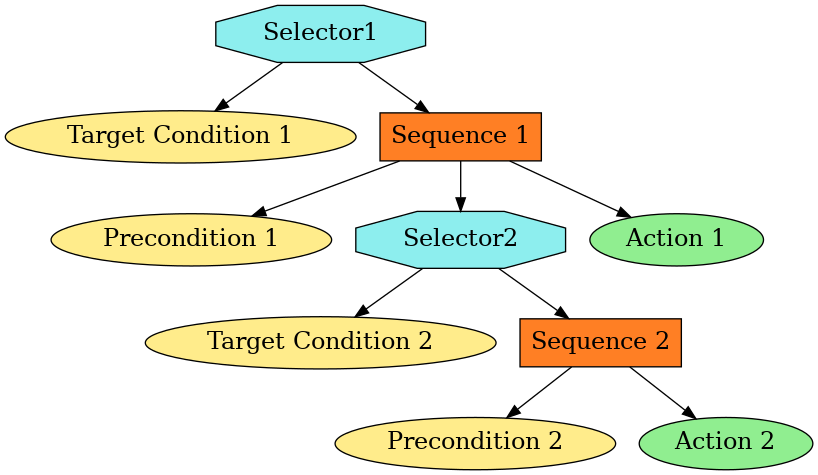
ProNeverFake/kios keeps this Graphviz diagram as selector1.png. Above is the earlier version. Its source is kept beside it as selector1.dot. The source it was exported from:
```dot
digraph pastafarianism {
ordering=out;
graph [fontname="times-roman"];
node [fontname="times-roman"];
edge [fontname="times-roman"];
Selector1 [fillcolor=darkslategray2, fontcolor=black, fontsize=18, label=Selector1, shape=octagon, style=filled];
"Target Condition 1" [fillcolor=lightgoldenrod1, fontcolor=black, fontsize=18, label="Target Condition 1", shape=ellipse, style=filled];
Selector1 -> "Target Condition 1";
"Sequence 1" [fillcolor=chocolate1, fontcolor=black, fontsize=18, label="Sequence 1", shape=box, style=filled];
Selector1 -> "Sequence 1";
"Precondition 1" [fillcolor=lightgoldenrod1, fontcolor=black, fontsize=18, label="Precondition 1", shape=ellipse, style=filled];
"Sequence 1" -> "Precondition 1";
Selector2 [fillcolor=darkslategray2, fontcolor=black, fontsize=18, label=Selector2, shape=octagon, style=filled];
"Sequence 1" -> Selector2;
"Target Condition 2" [fillcolor=lightgoldenrod1, fontcolor=black, fontsize=18, label="Target Condition 2", shape=ellipse, style=filled];
Selector2 -> "Target Condition 2";
"Sequence 2" [fillcolor=chocolate1, fontcolor=black, fontsize=18, label="Sequence 2", shape=box, style=filled];
Selector2 -> "Sequence 2";
"Precondition 2" [fillcolor=lightgoldenrod1, fontcolor=black, fontsize=18, label="Precondition 2", shape=ellipse, style=filled];
"Sequence 2" -> "Precondition 2";
"Action 2" [fillcolor=lightgreen, fontcolor=black, fontsize=18, label="Action 2", shape=ellipse, style=filled];
"Sequence 2" -> "Action 2";
"Action 1" [fillcolor=lightgreen, fontcolor=black, fontsize=18, label="Action 1", shape=ellipse, style=filled];
"Sequence 1" -> "Action 1";
}
```
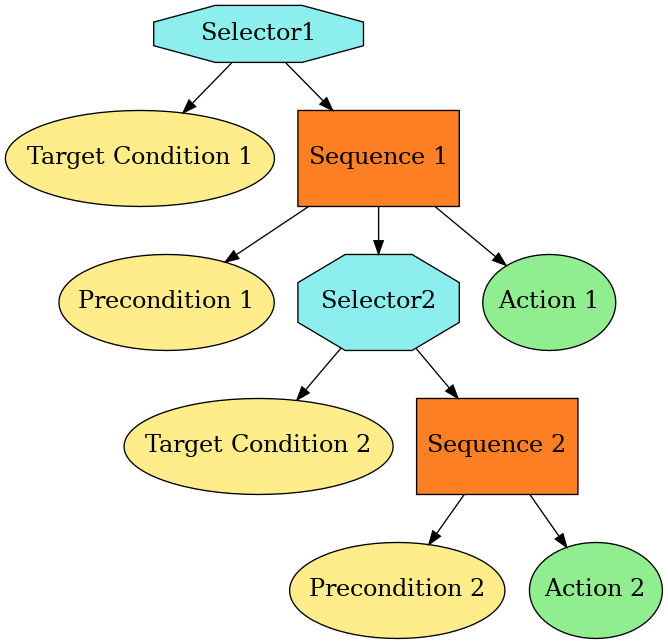
Later version of the same file.

What changed in the source:
```diff
@@ -4,22 +4,22 @@
 node [fontname="times-roman"];
 edge [fontname="times-roman"];
 Selector1 [fillcolor=darkslategray2, fontcolor=black, fontsize=18, label=Selector1, shape=octagon, style=filled];
-"Target Condition 1" [fillcolor=lightgoldenrod1, fontcolor=black, fontsize=18, label="Target Condition 1", shape=ellipse, style=filled];
+"Target Condition 1" [fillcolor=lightgoldenrod1, fontcolor=black, fontsize=18, height=1.0, label="Target Condition 1", shape=ellipse, style=filled];
 Selector1 -> "Target Condition 1";
-"Sequence 1" [fillcolor=chocolate1, fontcolor=black, fontsize=18, label="Sequence 1", shape=box, style=filled];
+"Sequence 1" [fillcolor=chocolate1, fontcolor=black, fontsize=18, height=1.0, label="Sequence 1", shape=box, style=filled];
 Selector1 -> "Sequence 1";
-"Precondition 1" [fillcolor=lightgoldenrod1, fontcolor=black, fontsize=18, label="Precondition 1", shape=ellipse, style=filled];
+"Precondition 1" [fillcolor=lightgoldenrod1, fontcolor=black, fontsize=18, height=1.0, label="Precondition 1", shape=ellipse, style=filled];
 "Sequence 1" -> "Precondition 1";
-Selector2 [fillcolor=darkslategray2, fontcolor=black, fontsize=18, label=Selector2, shape=octagon, style=filled];
+Selector2 [fillcolor=darkslategray2, fontcolor=black, fontsize=18, height=1.0, label=Selector2, shape=octagon, style=filled];
 "Sequence 1" -> Selector2;
-"Target Condition 2" [fillcolor=lightgoldenrod1, fontcolor=black, fontsize=18, label="Target Condition 2", shape=ellipse, style=filled];
+"Target Condition 2" [fillcolor=lightgoldenrod1, fontcolor=black, fontsize=18, height=1.0, label="Target Condition 2", shape=ellipse, style=filled];
 Selector2 -> "Target Condition 2";
-"Sequence 2" [fillcolor=chocolate1, fontcolor=black, fontsize=18, label="Sequence 2", shape=box, style=filled];
+"Sequence 2" [fillcolor=chocolate1, fontcolor=black, fontsize=18, height=1.0, label="Sequence 2", shape=box, style=filled];
 Selector2 -> "Sequence 2";
-"Precondition 2" [fillcolor=lightgoldenrod1, fontcolor=black, fontsize=18, label="Precondition 2", shape=ellipse, style=filled];
+"Precondition 2" [fillcolor=lightgoldenrod1, fontcolor=black, fontsize=18, height=1.0, label="Precondition 2", shape=ellipse, style=filled];
 "Sequence 2" -> "Precondition 2";
-"Action 2" [fillcolor=lightgreen, fontcolor=black, fontsize=18, label="Action 2", shape=ellipse, style=filled];
+"Action 2" [fillcolor=lightgreen, fontcolor=black, fontsize=18, height=1.0, label="Action 2", shape=ellipse, style=filled];
 "Sequence 2" -> "Action 2";
-"Action 1" [fillcolor=lightgreen, fontcolor=black, fontsize=18, label="Action 1", shape=ellipse, style=filled];
+"Action 1" [fillcolor=lightgreen, fontcolor=black, fontsize=18, height=1.0, label="Action 1", shape=ellipse, style=filled];
 "Sequence 1" -> "Action 1";
 }
```
